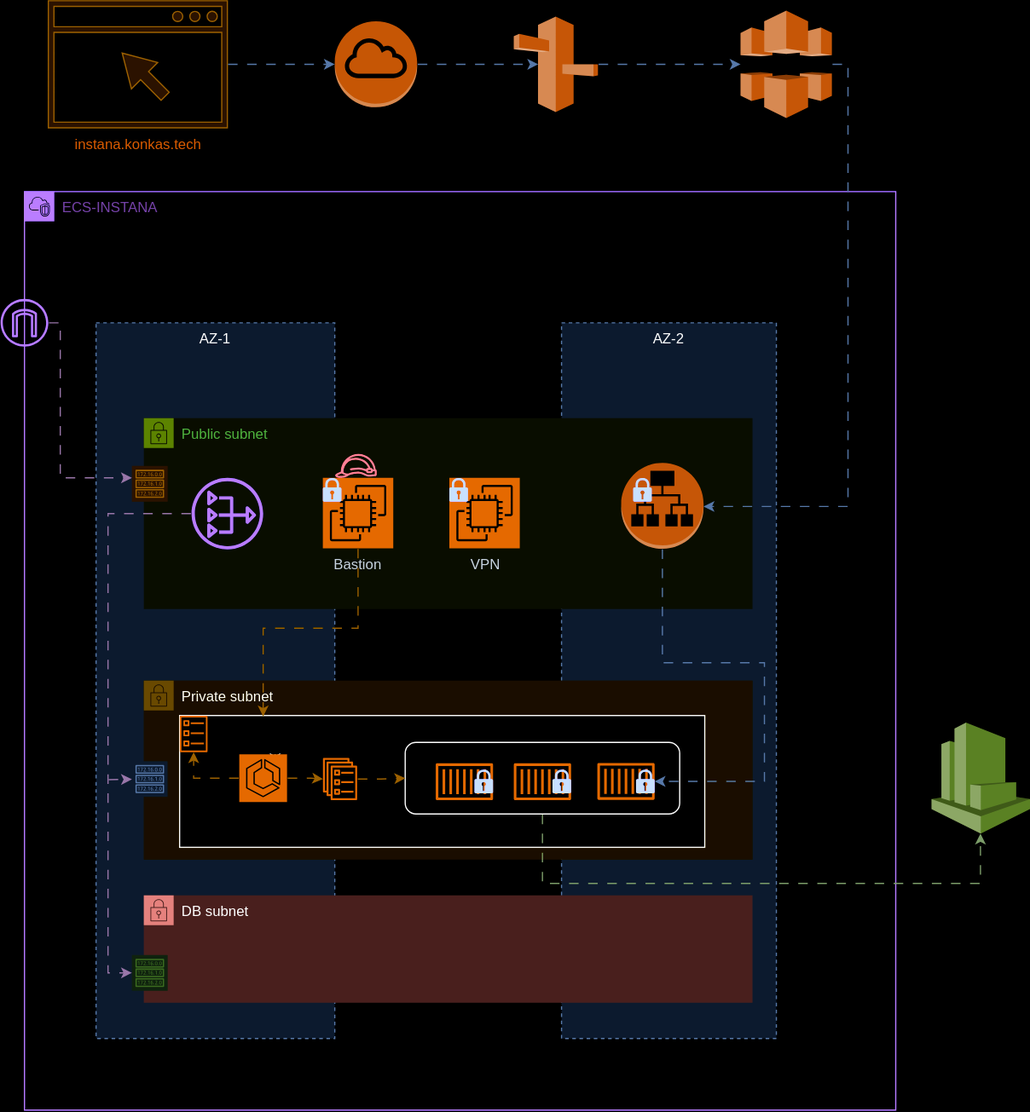
The draw.io diagram images/infra.drawio.svg in ullagallu123/infra-instana-ecs, before a commit. Source tidied: cells renumbered, new cells last; positions are measured from the earlier drawing's top-left corner, leaving out a move shared by most shapes.
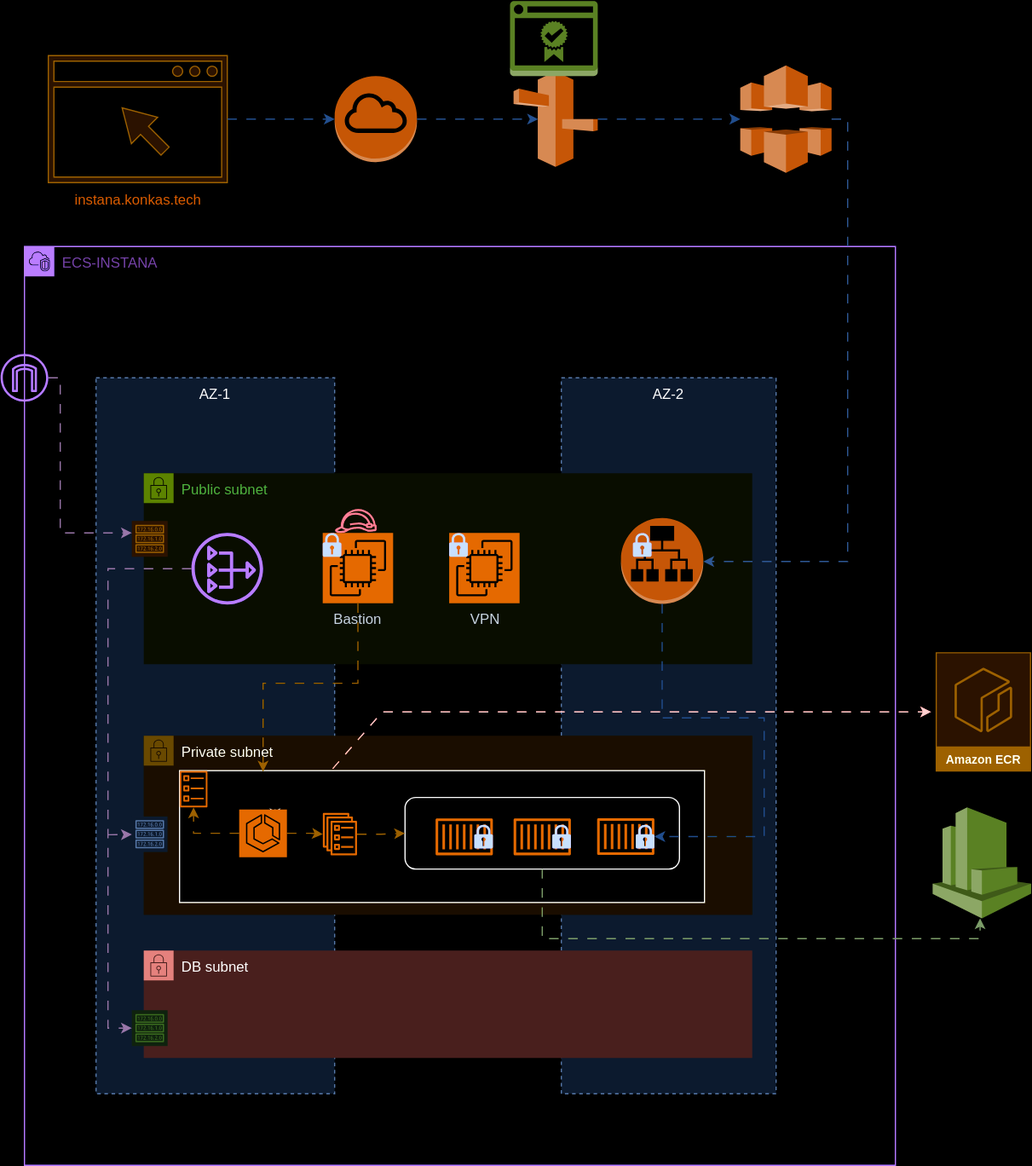
After the change.

Diff of the diagram source:
```diff
@@ -110,7 +110,7 @@
         </Array>
       </mxGeometry>
     </mxCell>
-    <mxCell id="35" style="edgeStyle=orthogonalEdgeStyle;rounded=0;jettySize=auto;html=1;entryX=1;entryY=0.5;entryDx=0;entryDy=0;entryPerimeter=0;flowAnimation=1;fillColor=#dae8fc;strokeColor=#6c8ebf;" parent="2" edge="1" source="32" target="20">
+    <mxCell id="35" style="edgeStyle=orthogonalEdgeStyle;rounded=0;jettySize=auto;html=1;entryX=1;entryY=0.5;entryDx=0;entryDy=0;entryPerimeter=0;flowAnimation=1;fillColor=#dae8fc;strokeColor=#8FBCFC;" parent="2" edge="1" source="32" target="20">
       <mxGeometry relative="1" as="geometry">
         <Array as="points">
           <mxPoint x="535" y="395" />
@@ -144,7 +144,7 @@
         <mxPoint x="70" y="493" as="sourcePoint" />
       </mxGeometry>
     </mxCell>
-    <mxCell id="40" style="edgeStyle=orthogonalEdgeStyle;rounded=0;jettySize=auto;html=1;flowAnimation=1;exitX=1;exitY=0.5;exitDx=0;exitDy=0;exitPerimeter=0;fillColor=#dae8fc;strokeColor=#6c8ebf;" parent="1" edge="1" source="41" target="32">
+    <mxCell id="40" style="edgeStyle=orthogonalEdgeStyle;rounded=0;jettySize=auto;html=1;flowAnimation=1;exitX=1;exitY=0.5;exitDx=0;exitDy=0;exitPerimeter=0;fillColor=#dae8fc;strokeColor=#86B0ED;" parent="1" edge="1" source="41" target="32">
       <mxGeometry relative="1" as="geometry">
         <Array as="points">
           <mxPoint x="710" y="53" />
@@ -155,7 +155,7 @@
     <mxCell id="41" style="outlineConnect=0;dashed=0;verticalLabelPosition=bottom;verticalAlign=top;align=center;html=1;shape=mxgraph.aws3.cloudfront;fillColor=#F58536;gradientColor=none;" parent="1" vertex="1">
       <mxGeometry x="620" y="8.2" width="76.5" height="90" as="geometry" />
     </mxCell>
-    <mxCell id="42" style="edgeStyle=orthogonalEdgeStyle;rounded=0;jettySize=auto;html=1;flowAnimation=1;fillColor=#dae8fc;strokeColor=#6c8ebf;" parent="1" edge="1" source="43" target="41">
+    <mxCell id="42" style="edgeStyle=orthogonalEdgeStyle;rounded=0;jettySize=auto;html=1;flowAnimation=1;fillColor=#dae8fc;strokeColor=#8FBCFC;" parent="1" edge="1" source="43" target="41">
       <mxGeometry relative="1" as="geometry" />
     </mxCell>
     <mxCell id="43" style="outlineConnect=0;dashed=0;verticalLabelPosition=bottom;verticalAlign=top;align=center;html=1;shape=mxgraph.aws3.route_53;fillColor=#F58536;gradientColor=none;" parent="1" vertex="1">
@@ -167,14 +167,14 @@
     <mxCell id="45" style="outlineConnect=0;dashed=0;verticalLabelPosition=bottom;verticalAlign=top;align=center;html=1;shape=mxgraph.aws3.internet_gateway;fillColor=#F58534;gradientColor=none;" parent="1" vertex="1">
       <mxGeometry x="280" y="17.2" width="69" height="72" as="geometry" />
     </mxCell>
-    <mxCell id="46" style="edgeStyle=orthogonalEdgeStyle;rounded=0;jettySize=auto;html=1;entryX=0;entryY=0.5;entryDx=0;entryDy=0;entryPerimeter=0;flowAnimation=1;fillColor=#dae8fc;strokeColor=#6c8ebf;" parent="1" edge="1" source="44" target="45">
+    <mxCell id="46" style="edgeStyle=orthogonalEdgeStyle;rounded=0;jettySize=auto;html=1;entryX=0;entryY=0.5;entryDx=0;entryDy=0;entryPerimeter=0;flowAnimation=1;fillColor=#dae8fc;strokeColor=#8DBAFA;" parent="1" edge="1" source="44" target="45">
       <mxGeometry relative="1" as="geometry" />
     </mxCell>
-    <mxCell id="47" style="edgeStyle=orthogonalEdgeStyle;rounded=0;jettySize=auto;html=1;entryX=0.29;entryY=0.5;entryDx=0;entryDy=0;entryPerimeter=0;flowAnimation=1;fillColor=#dae8fc;strokeColor=#6c8ebf;" parent="1" edge="1" source="45" target="43">
+    <mxCell id="47" style="edgeStyle=orthogonalEdgeStyle;rounded=0;jettySize=auto;html=1;entryX=0.29;entryY=0.5;entryDx=0;entryDy=0;entryPerimeter=0;flowAnimation=1;fillColor=#dae8fc;strokeColor=#8CB8F7;" parent="1" edge="1" source="45" target="43">
       <mxGeometry relative="1" as="geometry" />
     </mxCell>
     <mxCell id="48" style="outlineConnect=0;dashed=0;verticalLabelPosition=bottom;verticalAlign=top;align=center;html=1;shape=mxgraph.aws3.cloudwatch;fillColor=#759C3E;gradientColor=none;" parent="1" vertex="1">
-      <mxGeometry x="780" y="605.2" width="82.5" height="93" as="geometry" />
+      <mxGeometry x="781.2" y="630" width="82.5" height="93" as="geometry" />
     </mxCell>
     <mxCell id="49" style="edgeStyle=orthogonalEdgeStyle;rounded=0;jettySize=auto;html=1;exitX=0.5;exitY=1;exitDx=0;exitDy=0;flowAnimation=1;fillColor=#d5e8d4;strokeColor=#577844;" parent="1" edge="1" source="14" target="48">
       <mxGeometry relative="1" as="geometry">
@@ -184,5 +184,20 @@
         </Array>
       </mxGeometry>
     </mxCell>
+    <mxCell id="50" style="dashed=0;verticalLabelPosition=bottom;verticalAlign=top;align=center;html=1;shape=mxgraph.aws3.certificate_manager_2;fillColor=#759C3E;gradientColor=none;" parent="1" vertex="1">
+      <mxGeometry x="427" y="-45.8" width="73.5" height="63" as="geometry" />
+    </mxCell>
+    <mxCell id="51" value="Amazon ECR" style="sketch=0;strokeColor=#d79b00;fillColor=#ffe6cc;dashed=0;verticalLabelPosition=middle;verticalAlign=bottom;align=center;html=1;whiteSpace=wrap;fontSize=10;fontStyle=1;spacing=3;shape=mxgraph.aws4.productIcon;prIcon=mxgraph.aws4.ecr;" parent="1" vertex="1">
+      <mxGeometry x="783.8" y="500" width="80" height="100" as="geometry" />
+    </mxCell>
+    <mxCell id="52" style="endArrow=classic;html=1;rounded=0;exitX=0.992;exitY=0.546;exitDx=0;exitDy=0;exitPerimeter=0;fillColor=#a20025;strokeColor=#6F0000;flowAnimation=1;" parent="1" edge="1" source="3">
+      <mxGeometry relative="1" as="geometry">
+        <mxPoint x="780" y="550" as="targetPoint" />
+        <Array as="points">
+          <mxPoint x="320" y="550" />
+          <mxPoint x="500" y="550" />
+        </Array>
+      </mxGeometry>
+    </mxCell>
   </root>
 </mxGraphModel>
```
